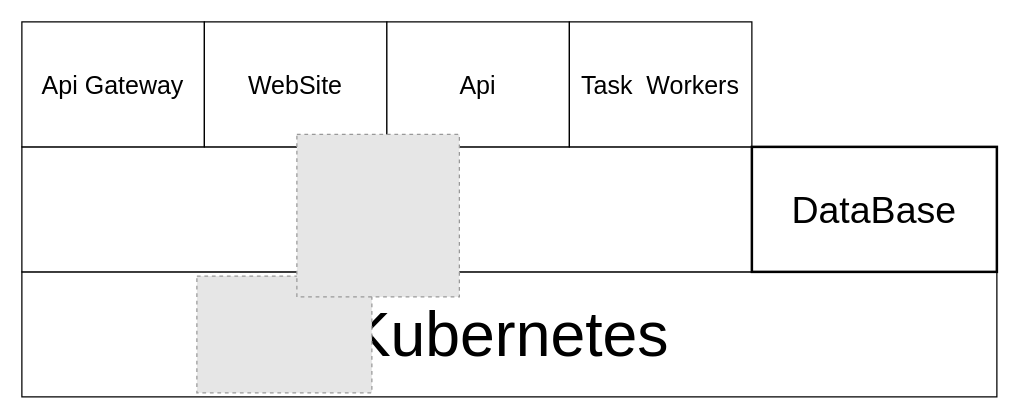
Earlier version of the draw.io diagram drawio/SystemArchitecture.drawio (Benknightdark/venus-wall). Source tidied: cells renumbered, new cells numbered last; positions are measured from the earlier drawing's top-left corner, leaving out a move shared by most shapes. Both pictures are drawn from the tidied source at 125%, with x=0, y=0 at pixel (21, 21). Pictures stored in the file or linked from it are replaced by grey dashed boxes.
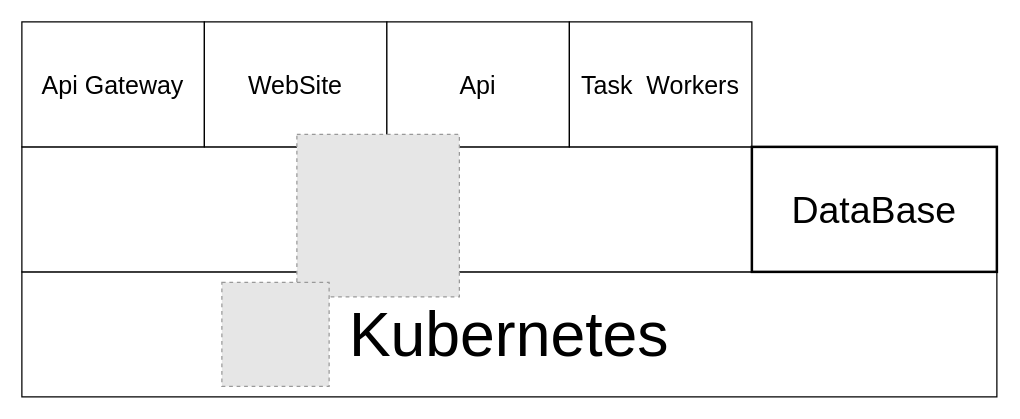
Above is the later version.

What changed in the source:
```diff
@@
 <mxGraphModel>
   <root>
     <mxCell id="0" />
     <mxCell id="1" parent="0" />
     <mxCell id="2" value="&lt;font style=&quot;font-size: 50px&quot;&gt;Kubernetes&lt;/font&gt;" style="rounded=0;whiteSpace=wrap;html=1;" parent="1" vertex="1">
       <mxGeometry y="200" width="780" height="100" as="geometry" />
     </mxCell>
     <mxCell id="3" style="rounded=0;whiteSpace=wrap;html=1;" parent="1" vertex="1">
       <mxGeometry y="100" width="584" height="100" as="geometry" />
     </mxCell>
     <mxCell id="4" value="&lt;font style=&quot;font-size: 20px&quot;&gt;Api Gateway&lt;/font&gt;" style="rounded=0;whiteSpace=wrap;html=1;" parent="1" vertex="1">
       <mxGeometry width="146" height="100" as="geometry" />
     </mxCell>
     <mxCell id="5" value="&lt;span style=&quot;font-size: 20px&quot;&gt;WebSite&lt;/span&gt;" style="rounded=0;whiteSpace=wrap;html=1;" parent="1" vertex="1">
       <mxGeometry x="146" width="146" height="100" as="geometry" />
     </mxCell>
     <mxCell id="6" value="&lt;span style=&quot;font-size: 20px&quot;&gt;Api&lt;/span&gt;" style="rounded=0;whiteSpace=wrap;html=1;" parent="1" vertex="1">
       <mxGeometry x="292" width="146" height="100" as="geometry" />
     </mxCell>
     <mxCell id="7" value="&lt;span style=&quot;font-size: 20px&quot;&gt;Task&amp;nbsp; Workers&lt;/span&gt;" style="rounded=0;whiteSpace=wrap;html=1;" parent="1" vertex="1">
       <mxGeometry x="438" width="146" height="100" as="geometry" />
     </mxCell>
     <mxCell id="8" value="&lt;font style=&quot;font-size: 30px&quot;&gt;DataBase&lt;/font&gt;" style="rounded=0;whiteSpace=wrap;html=1;strokeWidth=2;" parent="1" vertex="1">
       <mxGeometry x="584" y="100" width="196" height="100" as="geometry" />
     </mxCell>
-    <mxCell id="9" style="fillColor=#E6E6E6;strokeColor=#999999;dashed=1;verticalLabelPosition=bottom;labelBackgroundColor=#ffffff;verticalAlign=top;" parent="1" vertex="1">
-      <mxGeometry x="140" y="203.3" width="140" height="93.4" as="geometry" />
-    </mxCell>
     <mxCell id="10" style="fillColor=#E6E6E6;strokeColor=#999999;dashed=1;verticalLabelPosition=bottom;labelBackgroundColor=#ffffff;verticalAlign=top;" parent="1" vertex="1">
       <mxGeometry x="220" y="90" width="130" height="130" as="geometry" />
     </mxCell>
+    <mxCell id="11" style="fillColor=#E6E6E6;strokeColor=#999999;dashed=1;verticalLabelPosition=bottom;labelBackgroundColor=#ffffff;verticalAlign=top;" parent="1" vertex="1">
+      <mxGeometry x="160" y="208.4" width="85.8" height="83.2" as="geometry" />
+    </mxCell>
   </root>
 </mxGraphModel>
```
